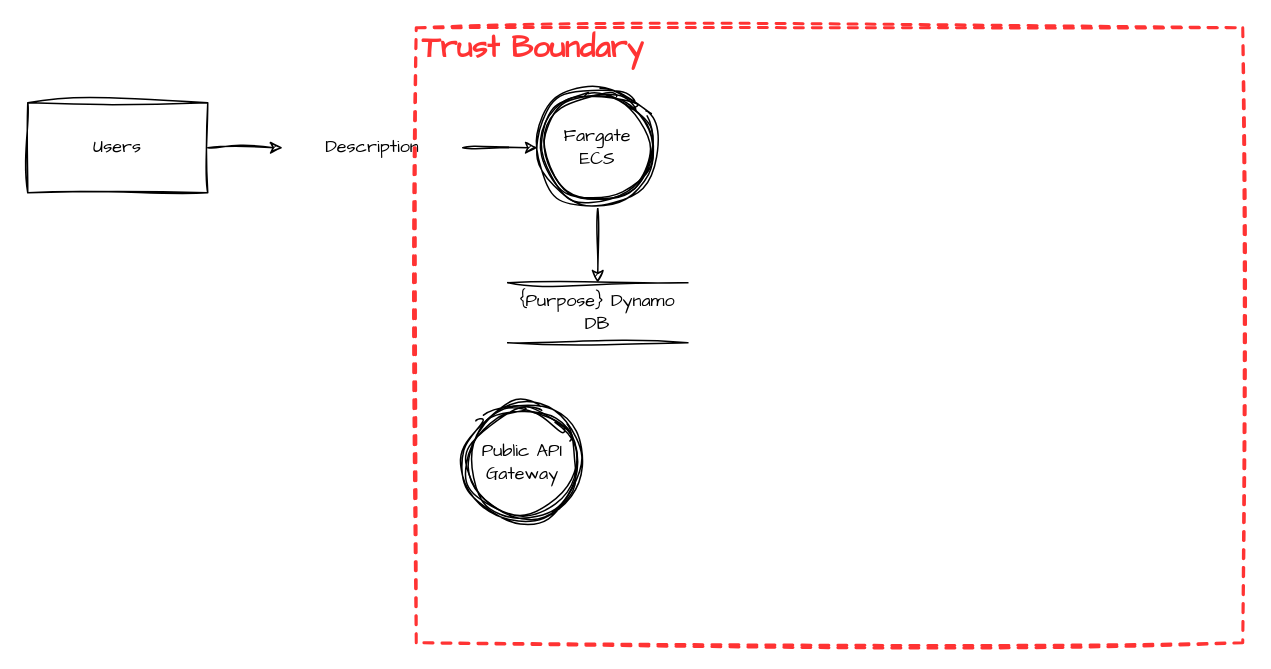
Before: Untitled Diagram.drawio in Jim-Sweeting/Drawio, a draw.io diagram. Source tidied: cells renumbered, new cells numbered last; positions are measured from the earlier drawing's top-left corner, leaving out a move shared by most shapes. Both pictures are drawn from the tidied source at 150%, with x=0, y=0 at pixel (27, 27).
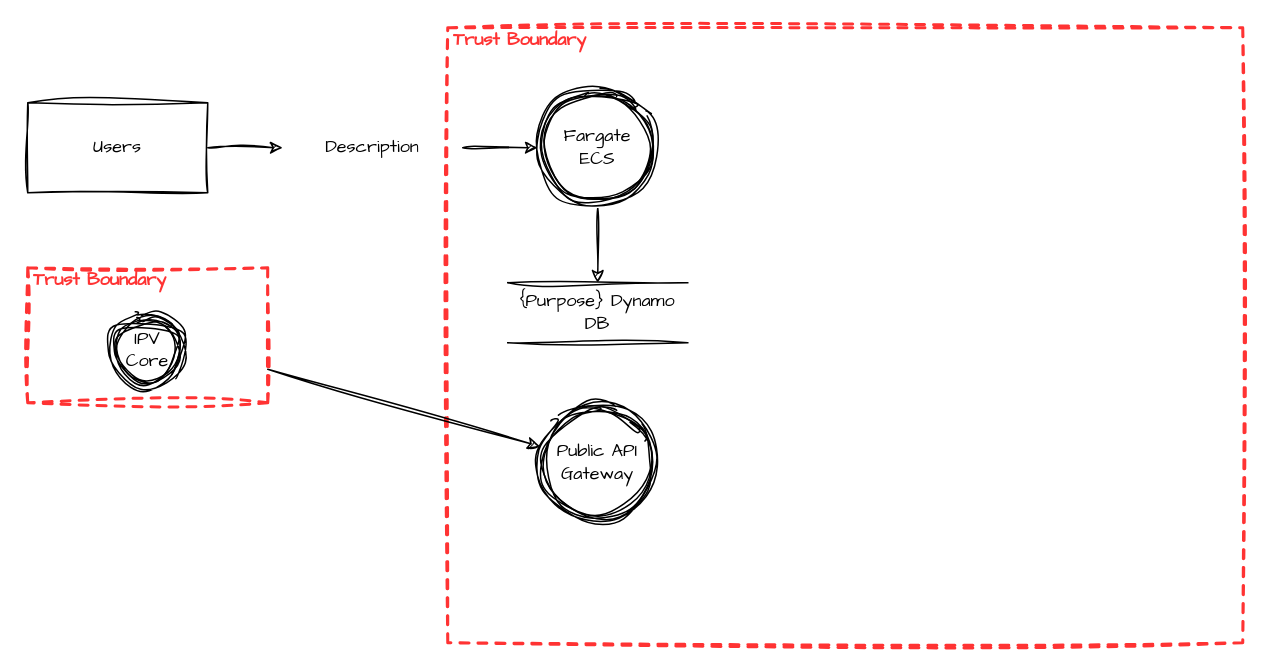
The same diagram, later.

Diff of the diagram source:
```diff
@@
 <mxGraphModel>
   <root>
     <mxCell id="0" />
     <mxCell id="1" parent="0" />
     <mxCell id="2" value="Users" style="rounded=0;whiteSpace=wrap;html=1;sketch=1;hachureGap=4;jiggle=2;curveFitting=1;fontFamily=Architects Daughter;fontSize=12;" parent="1" vertex="1">
       <mxGeometry y="50" width="120" height="60" as="geometry" />
     </mxCell>
     <mxCell id="3" style="edgeStyle=orthogonalEdgeStyle;rounded=0;sketch=1;hachureGap=4;jiggle=2;curveFitting=1;jettySize=auto;html=1;fontFamily=Architects Daughter;fontSize=12;" parent="1" edge="1" source="4" target="6">
       <mxGeometry relative="1" as="geometry" />
     </mxCell>
     <mxCell id="4" value="Fargate ECS" style="ellipse;shape=doubleEllipse;whiteSpace=wrap;html=1;sketch=1;hachureGap=4;jiggle=2;curveFitting=1;fontFamily=Architects Daughter;fontSize=12;" parent="1" vertex="1">
       <mxGeometry x="340" y="40" width="80" height="80" as="geometry" />
     </mxCell>
     <mxCell id="5" style="endArrow=classic;html=1;fontColor=#FF3333;rounded=0;sketch=1;hachureGap=4;jiggle=2;curveFitting=1;fontFamily=Architects Daughter;fontSize=12;" parent="1" edge="1" source="8" target="4">
       <mxGeometry relative="1" as="geometry" />
     </mxCell>
     <mxCell id="6" value="{Purpose} Dynamo DB" style="shape=partialRectangle;whiteSpace=wrap;html=1;left=0;right=0;fillColor=none;sketch=1;hachureGap=4;jiggle=2;curveFitting=1;fontFamily=Architects Daughter;fontSize=12;" parent="1" vertex="1">
       <mxGeometry x="320" y="170" width="120" height="40" as="geometry" />
     </mxCell>
     <mxCell id="7" style="endArrow=classic;html=1;fontColor=#FF3333;rounded=0;sketch=1;hachureGap=4;jiggle=2;curveFitting=1;fontFamily=Architects Daughter;fontSize=12;" parent="1" edge="1" source="2" target="8">
       <mxGeometry relative="1" as="geometry" />
     </mxCell>
     <mxCell id="8" value="Description" style="text;html=1;strokeColor=none;fillColor=none;align=center;verticalAlign=middle;whiteSpace=wrap;overflow=hidden;fontSize=12;fontFamily=Architects Daughter;" parent="1" vertex="1">
       <mxGeometry x="170" y="65" width="120" height="30" as="geometry" />
     </mxCell>
-    <mxCell id="9" value="Trust Boundary" style="html=1;fontColor=#FF3333;fontStyle=1;align=left;verticalAlign=top;spacing=0;labelBorderColor=none;fillColor=none;dashed=1;strokeWidth=2;strokeColor=#FF3333;spacingLeft=4;spacingTop=-3;sketch=1;hachureGap=4;jiggle=2;curveFitting=1;fontFamily=Architects Daughter;fontSize=20;" parent="1" vertex="1">
-      <mxGeometry x="259" width="551" height="410" as="geometry" />
+    <mxCell id="9" value="Trust Boundary" style="html=1;fontColor=#FF3333;fontStyle=1;align=left;verticalAlign=top;spacing=0;labelBorderColor=none;fillColor=none;dashed=1;strokeWidth=2;strokeColor=#FF3333;spacingLeft=4;spacingTop=-3;sketch=1;hachureGap=4;jiggle=2;curveFitting=1;fontFamily=Architects Daughter;fontSize=12;" parent="1" vertex="1">
+      <mxGeometry x="280" width="530" height="410" as="geometry" />
     </mxCell>
     <mxCell id="10" value="Public API Gateway" style="ellipse;shape=doubleEllipse;whiteSpace=wrap;html=1;sketch=1;hachureGap=4;jiggle=2;curveFitting=1;fontFamily=Architects Daughter;fontSize=12;" parent="1" vertex="1">
-      <mxGeometry x="290" y="250" width="80" height="80" as="geometry" />
+      <mxGeometry x="340" y="250" width="80" height="80" as="geometry" />
     </mxCell>
+    <mxCell id="11" style="rounded=0;sketch=1;hachureGap=4;jiggle=2;curveFitting=1;jettySize=auto;html=1;fontFamily=Architects Daughter;fontSize=12;" parent="1" edge="1" source="12" target="10">
+      <mxGeometry relative="1" as="geometry" />
+    </mxCell>
+    <mxCell id="12" value="Trust Boundary" style="html=1;fontColor=#FF3333;fontStyle=1;align=left;verticalAlign=top;spacing=0;labelBorderColor=none;fillColor=none;dashed=1;strokeWidth=2;strokeColor=#FF3333;spacingLeft=4;spacingTop=-3;sketch=1;hachureGap=4;jiggle=2;curveFitting=1;fontFamily=Architects Daughter;fontSize=12;" parent="1" vertex="1">
+      <mxGeometry y="160" width="160" height="90" as="geometry" />
+    </mxCell>
+    <mxCell id="13" value="IPV Core" style="ellipse;shape=doubleEllipse;whiteSpace=wrap;html=1;sketch=1;hachureGap=4;jiggle=2;curveFitting=1;fontFamily=Architects Daughter;fontSize=12;" parent="1" vertex="1">
+      <mxGeometry x="55" y="190" width="50" height="50" as="geometry" />
+    </mxCell>
   </root>
 </mxGraphModel>
```
